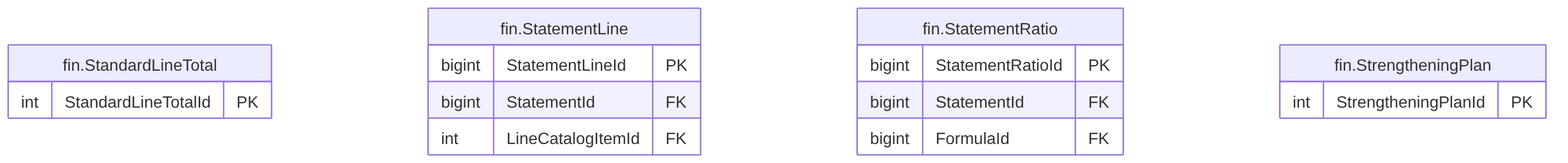
This is treasury-platform/docs/diagrams/erd/m5_financials_12.png from thawrasy/smartlines, a Mermaid export, as it was before one commit. Its source is kept beside it as treasury-platform/docs/diagrams/erd/m5_financials_12.mmd. Source of this version:
```mermaid
erDiagram
  fin_StandardLineTotal["fin.StandardLineTotal"] {
    int StandardLineTotalId PK
  }
  fin_StatementLine["fin.StatementLine"] {
    bigint StatementLineId PK
    bigint StatementId FK
    int LineCatalogItemId FK
  }
  fin_StatementRatio["fin.StatementRatio"] {
    bigint StatementRatioId PK
    bigint StatementId FK
    bigint FormulaId FK
  }
  fin_StrengtheningPlan["fin.StrengtheningPlan"] {
    int StrengtheningPlanId PK
  }
```
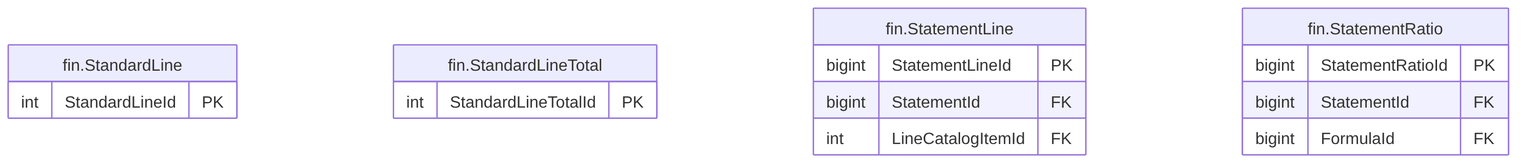
After the commit.

Diff of the diagram source:
```diff
@@ -1,4 +1,7 @@
 erDiagram
+  fin_StandardLine["fin.StandardLine"] {
+    int StandardLineId PK
+  }
   fin_StandardLineTotal["fin.StandardLineTotal"] {
     int StandardLineTotalId PK
   }
@@ -12,6 +15,3 @@
     bigint StatementId FK
     bigint FormulaId FK
   }
-  fin_StrengtheningPlan["fin.StrengtheningPlan"] {
-    int StrengtheningPlanId PK
-  }
```
